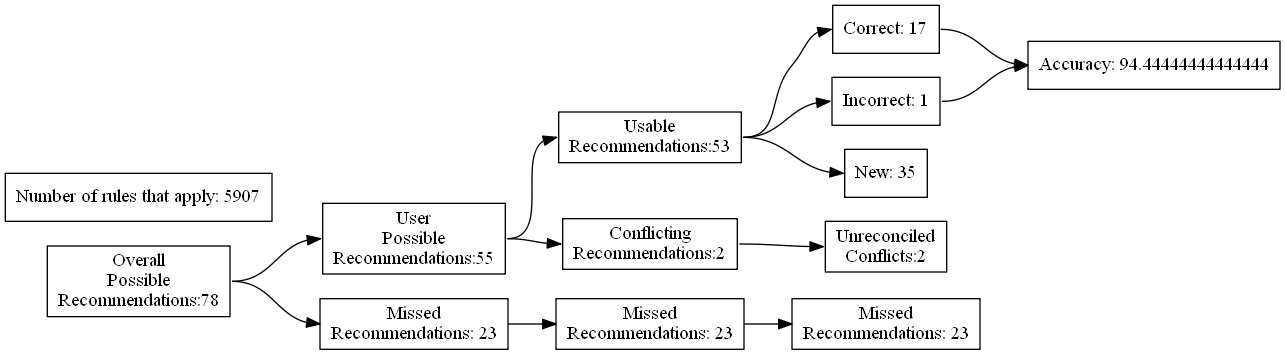
Before: test_renders/64.gv.png, a diagram exported from Graphviz (ZaxR/ibd_diet_analysis). Its source is kept beside it as test_renders/64.gv.
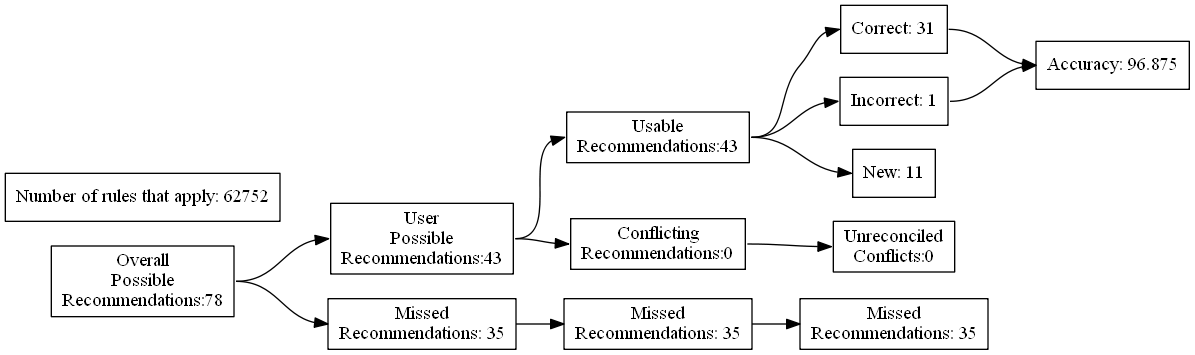
After the commit.

Diff of the diagram source:
```diff
@@ -7,24 +7,24 @@
 Recommendations:78"]
 		B [label="User
 Possible
-Recommendations:55"]
+Recommendations:43"]
 		C [label="Missed
-Recommendations: 23"]
+Recommendations: 35"]
 		D [label="Usable
-Recommendations:53"]
+Recommendations:43"]
 		E [label="Conflicting
-Recommendations:2"]
+Recommendations:0"]
 		J [label="Missed
-Recommendations: 23"]
+Recommendations: 35"]
 		M [label="Unreconciled
-Conflicts:2"]
-		F [label="Correct: 17"]
+Conflicts:0"]
+		F [label="Correct: 31"]
 		G [label="Incorrect: 1"]
-		H [label="New: 35"]
+		H [label="New: 11"]
 		K [label="Missed
-Recommendations: 23"]
-		I [label="Accuracy: 94.44444444444444"]
-		l [label="Number of rules that apply: 5907"]
+Recommendations: 35"]
+		I [label="Accuracy: 96.875"]
+		l [label="Number of rules that apply: 62752"]
 			A -> B
 			A -> C
 			B -> D
```
